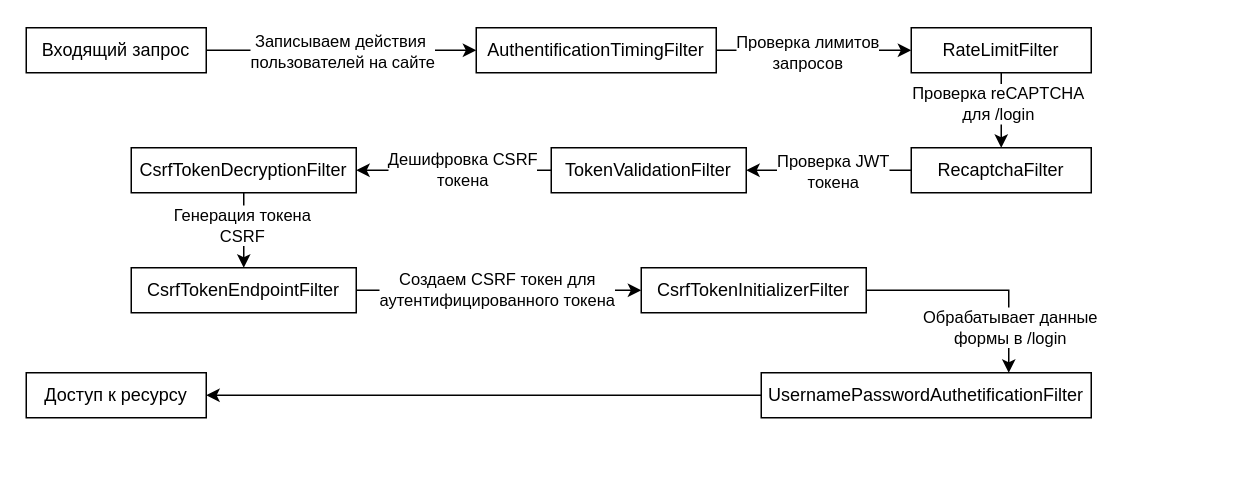
This is page "Фильтры" (3 of 12) of Схема компонентов.drawio from IlyaSannikow/e-catalog.ru, a draw.io file, before an edit. Source tidied: cells renumbered, new cells numbered last; positions are measured from the earlier drawing's top-left corner, leaving out a move shared by most shapes. Both pictures are drawn from the tidied source at 150%, with x=0, y=0 at pixel (26, 27).
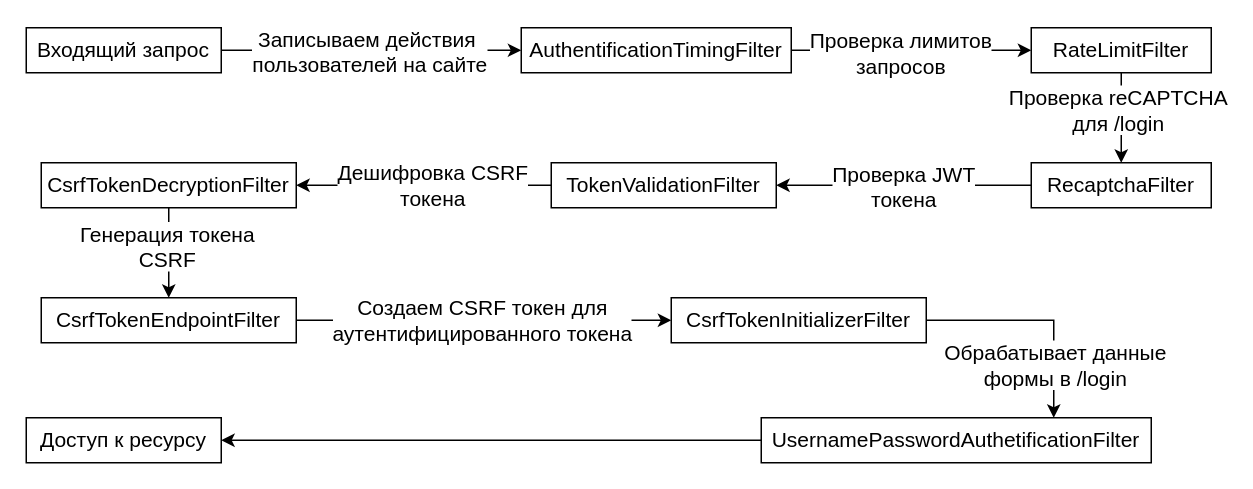
After the change.

The change refers to these unchanged cells:
```xml
<mxCell id="2" style="edgeStyle=orthogonalEdgeStyle;rounded=0;jettySize=auto;html=1;exitX=1;exitY=0.5;exitDx=0;exitDy=0;entryX=0;entryY=0.5;entryDx=0;entryDy=0;" parent="1" edge="1" source="4" target="7">
  <mxGeometry relative="1" as="geometry" />
</mxCell>
<mxCell id="5" style="edgeStyle=orthogonalEdgeStyle;rounded=0;jettySize=auto;html=1;exitX=1;exitY=0.5;exitDx=0;exitDy=0;entryX=0;entryY=0.5;entryDx=0;entryDy=0;" parent="1" edge="1" source="7" target="10">
  <mxGeometry relative="1" as="geometry" />
</mxCell>
<mxCell id="8" style="edgeStyle=orthogonalEdgeStyle;rounded=0;jettySize=auto;html=1;exitX=0.5;exitY=1;exitDx=0;exitDy=0;entryX=0.5;entryY=0;entryDx=0;entryDy=0;" parent="1" edge="1" source="10" target="13">
  <mxGeometry relative="1" as="geometry" />
</mxCell>
<mxCell id="11" style="edgeStyle=orthogonalEdgeStyle;rounded=0;jettySize=auto;html=1;exitX=0;exitY=0.5;exitDx=0;exitDy=0;entryX=1;entryY=0.5;entryDx=0;entryDy=0;" parent="1" edge="1" source="13" target="16">
  <mxGeometry relative="1" as="geometry" />
</mxCell>
<mxCell id="14" style="edgeStyle=orthogonalEdgeStyle;rounded=0;jettySize=auto;html=1;exitX=0;exitY=0.5;exitDx=0;exitDy=0;entryX=1;entryY=0.5;entryDx=0;entryDy=0;" parent="1" edge="1" source="16" target="19">
  <mxGeometry relative="1" as="geometry" />
</mxCell>
<mxCell id="17" style="edgeStyle=orthogonalEdgeStyle;rounded=0;jettySize=auto;html=1;exitX=0.5;exitY=1;exitDx=0;exitDy=0;entryX=0.5;entryY=0;entryDx=0;entryDy=0;" parent="1" edge="1" source="19" target="22">
  <mxGeometry relative="1" as="geometry" />
</mxCell>
<mxCell id="20" style="edgeStyle=orthogonalEdgeStyle;rounded=0;jettySize=auto;html=1;exitX=1;exitY=0.5;exitDx=0;exitDy=0;entryX=0;entryY=0.5;entryDx=0;entryDy=0;" parent="1" edge="1" source="22" target="25">
  <mxGeometry relative="1" as="geometry" />
</mxCell>
<mxCell id="23" style="edgeStyle=orthogonalEdgeStyle;rounded=0;jettySize=auto;html=1;exitX=1;exitY=0.5;exitDx=0;exitDy=0;entryX=0.75;entryY=0;entryDx=0;entryDy=0;" parent="1" edge="1" source="25" target="27">
  <mxGeometry relative="1" as="geometry" />
</mxCell>
```

Change to the diagram source:
```diff
@@
-    <mxCell id="3" value="Записываем действия&amp;nbsp;&lt;div&gt;пользователей на сайте&lt;/div&gt;" style="edgeLabel;html=1;align=center;verticalAlign=middle;" parent="2" vertex="1">
+    <mxCell id="3" value="&lt;font style=&quot;font-size: 14px;&quot;&gt;Записываем действия&amp;nbsp;&lt;/font&gt;&lt;div&gt;&lt;font style=&quot;font-size: 14px;&quot;&gt;пользователей на сайте&lt;/font&gt;&lt;/div&gt;" style="edgeLabel;html=1;align=center;verticalAlign=middle;" parent="2" vertex="1">
       <mxGeometry x="-0.19" y="-2" relative="1" as="geometry">
         <mxPoint x="17" y="-2" as="offset" />
       </mxGeometry>
     </mxCell>
-    <mxCell id="4" value="Входящий запрос" style="rounded=0;whiteSpace=wrap;html=1;" parent="1" vertex="1">
-      <mxGeometry width="120" height="30" as="geometry" />
+    <mxCell id="4" value="&lt;font style=&quot;font-size: 14px;&quot;&gt;Входящий запрос&lt;/font&gt;" style="rounded=0;whiteSpace=wrap;html=1;" parent="1" vertex="1">
+      <mxGeometry width="130" height="30" as="geometry" />
     </mxCell>
@@
-    <mxCell id="6" value="Проверка лимитов&lt;div&gt;запросов&lt;/div&gt;" style="edgeLabel;html=1;align=center;verticalAlign=middle;" parent="5" vertex="1">
+    <mxCell id="6" value="&lt;font style=&quot;font-size: 14px;&quot;&gt;Проверка лимитов&lt;/font&gt;&lt;div&gt;&lt;font style=&quot;font-size: 14px;&quot;&gt;запросов&lt;/font&gt;&lt;/div&gt;" style="edgeLabel;html=1;align=center;verticalAlign=middle;" parent="5" vertex="1">
       <mxGeometry x="-0.17" y="-1" relative="1" as="geometry">
         <mxPoint x="6" as="offset" />
       </mxGeometry>
     </mxCell>
-    <mxCell id="7" value="AuthentificationTimingFilter" style="rounded=0;whiteSpace=wrap;html=1;" parent="1" vertex="1">
-      <mxGeometry x="300" width="160" height="30" as="geometry" />
+    <mxCell id="7" value="&lt;font style=&quot;font-size: 14px;&quot;&gt;AuthentificationTimingFilter&lt;/font&gt;" style="rounded=0;whiteSpace=wrap;html=1;" parent="1" vertex="1">
+      <mxGeometry x="330" width="180" height="30" as="geometry" />
     </mxCell>
@@
-    <mxCell id="9" value="Проверка reCAPTCHA&lt;div&gt;для /login&lt;/div&gt;" style="edgeLabel;html=1;align=center;verticalAlign=middle;" parent="8" vertex="1">
+    <mxCell id="9" value="&lt;font style=&quot;font-size: 14px;&quot;&gt;Проверка reCAPTCHA&lt;/font&gt;&lt;div&gt;&lt;font style=&quot;font-size: 14px;&quot;&gt;для /login&lt;/font&gt;&lt;/div&gt;" style="edgeLabel;html=1;align=center;verticalAlign=middle;" parent="8" vertex="1">
       <mxGeometry x="-0.02" y="-3" relative="1" as="geometry">
         <mxPoint y="-5" as="offset" />
       </mxGeometry>
     </mxCell>
-    <mxCell id="10" value="RateLimitFilter" style="rounded=0;whiteSpace=wrap;html=1;" parent="1" vertex="1">
-      <mxGeometry x="590" width="120" height="30" as="geometry" />
+    <mxCell id="10" value="&lt;font style=&quot;font-size: 14px;&quot;&gt;RateLimitFilter&lt;/font&gt;" style="rounded=0;whiteSpace=wrap;html=1;" parent="1" vertex="1">
+      <mxGeometry x="670" width="120" height="30" as="geometry" />
     </mxCell>
@@
-    <mxCell id="12" value="Проверка JWT&lt;div&gt;токена&lt;/div&gt;" style="edgeLabel;html=1;align=center;verticalAlign=middle;" parent="11" vertex="1">
+    <mxCell id="12" value="&lt;font style=&quot;font-size: 14px;&quot;&gt;Проверка JWT&lt;/font&gt;&lt;div&gt;&lt;font style=&quot;font-size: 14px;&quot;&gt;токена&lt;/font&gt;&lt;/div&gt;" style="edgeLabel;html=1;align=center;verticalAlign=middle;" parent="11" vertex="1">
       <mxGeometry x="0.12" y="-3" relative="1" as="geometry">
         <mxPoint x="9" y="3" as="offset" />
       </mxGeometry>
     </mxCell>
-    <mxCell id="13" value="RecaptchaFilter" style="rounded=0;whiteSpace=wrap;html=1;" parent="1" vertex="1">
-      <mxGeometry x="590" y="80" width="120" height="30" as="geometry" />
+    <mxCell id="13" value="&lt;font style=&quot;font-size: 14px;&quot;&gt;RecaptchaFilter&lt;/font&gt;" style="rounded=0;whiteSpace=wrap;html=1;" parent="1" vertex="1">
+      <mxGeometry x="670" y="90" width="120" height="30" as="geometry" />
     </mxCell>
@@
-    <mxCell id="15" value="Дешифровка CSRF&lt;div&gt;токена&lt;/div&gt;" style="edgeLabel;html=1;align=center;verticalAlign=middle;" parent="14" vertex="1">
+    <mxCell id="15" value="&lt;font style=&quot;font-size: 14px;&quot;&gt;Дешифровка CSRF&lt;/font&gt;&lt;div&gt;&lt;font style=&quot;font-size: 14px;&quot;&gt;токена&lt;/font&gt;&lt;/div&gt;" style="edgeLabel;html=1;align=center;verticalAlign=middle;" parent="14" vertex="1">
       <mxGeometry x="-0.01" y="-1" relative="1" as="geometry">
         <mxPoint x="4" as="offset" />
       </mxGeometry>
     </mxCell>
-    <mxCell id="16" value="TokenValidationFilter" style="rounded=0;whiteSpace=wrap;html=1;" parent="1" vertex="1">
-      <mxGeometry x="350" y="80" width="130" height="30" as="geometry" />
+    <mxCell id="16" value="&lt;font style=&quot;font-size: 14px;&quot;&gt;TokenValidationFilter&lt;/font&gt;" style="rounded=0;whiteSpace=wrap;html=1;" parent="1" vertex="1">
+      <mxGeometry x="350" y="90" width="150" height="30" as="geometry" />
     </mxCell>
@@
-    <mxCell id="18" value="Генерация токена&lt;div&gt;CSRF&lt;/div&gt;" style="edgeLabel;html=1;align=center;verticalAlign=middle;" parent="17" vertex="1">
+    <mxCell id="18" value="&lt;font style=&quot;font-size: 14px;&quot;&gt;Генерация токена&lt;/font&gt;&lt;div&gt;&lt;font style=&quot;font-size: 14px;&quot;&gt;CSRF&lt;/font&gt;&lt;/div&gt;" style="edgeLabel;html=1;align=center;verticalAlign=middle;" parent="17" vertex="1">
       <mxGeometry x="-0.18" y="-2" relative="1" as="geometry" />
     </mxCell>
-    <mxCell id="19" value="CsrfTokenDecryptionFilter" style="rounded=0;whiteSpace=wrap;html=1;" parent="1" vertex="1">
-      <mxGeometry x="70" y="80" width="150" height="30" as="geometry" />
+    <mxCell id="19" value="&lt;font style=&quot;font-size: 14px;&quot;&gt;CsrfTokenDecryptionFilter&lt;/font&gt;" style="rounded=0;whiteSpace=wrap;html=1;" parent="1" vertex="1">
+      <mxGeometry x="10" y="90" width="170" height="30" as="geometry" />
     </mxCell>
@@
-    <mxCell id="21" value="Создаем CSRF токен для&lt;div&gt;аутентифицированного токена&lt;/div&gt;" style="edgeLabel;html=1;align=center;verticalAlign=middle;" parent="20" vertex="1">
+    <mxCell id="21" value="&lt;font style=&quot;font-size: 14px;&quot;&gt;Создаем CSRF токен для&lt;/font&gt;&lt;div&gt;&lt;font style=&quot;font-size: 14px;&quot;&gt;аутентифицированного токена&lt;/font&gt;&lt;/div&gt;" style="edgeLabel;html=1;align=center;verticalAlign=middle;" parent="20" vertex="1">
       <mxGeometry x="-0.02" y="1" relative="1" as="geometry" />
     </mxCell>
-    <mxCell id="22" value="CsrfTokenEndpointFilter" style="rounded=0;whiteSpace=wrap;html=1;" parent="1" vertex="1">
-      <mxGeometry x="70" y="160" width="150" height="30" as="geometry" />
+    <mxCell id="22" value="&lt;font style=&quot;font-size: 14px;&quot;&gt;CsrfTokenEndpointFilter&lt;/font&gt;" style="rounded=0;whiteSpace=wrap;html=1;" parent="1" vertex="1">
+      <mxGeometry x="10" y="180" width="170" height="30" as="geometry" />
     </mxCell>
@@
-    <mxCell id="24" value="Обрабатывает данные&lt;div&gt;формы в /login&lt;/div&gt;" style="edgeLabel;html=1;align=center;verticalAlign=middle;" parent="23" vertex="1">
-      <mxGeometry x="0.58" relative="1" as="geometry" />
+    <mxCell id="24" value="&lt;font style=&quot;font-size: 14px;&quot;&gt;Обрабатывает данные&lt;/font&gt;&lt;div&gt;&lt;font style=&quot;font-size: 14px;&quot;&gt;формы в /login&lt;/font&gt;&lt;/div&gt;" style="edgeLabel;html=1;align=center;verticalAlign=middle;" parent="23" vertex="1">
+      <mxGeometry x="0.58" relative="1" as="geometry">
+        <mxPoint y="-5" as="offset" />
+      </mxGeometry>
     </mxCell>
-    <mxCell id="25" value="CsrfTokenInitializerFilter" style="rounded=0;whiteSpace=wrap;html=1;" parent="1" vertex="1">
-      <mxGeometry x="410" y="160" width="150" height="30" as="geometry" />
+    <mxCell id="25" value="&lt;font style=&quot;font-size: 14px;&quot;&gt;CsrfTokenInitializerFilter&lt;/font&gt;" style="rounded=0;whiteSpace=wrap;html=1;" parent="1" vertex="1">
+      <mxGeometry x="430" y="180" width="170" height="30" as="geometry" />
     </mxCell>
@@
-    <mxCell id="27" value="UsernamePasswordAuthetificationFilter" style="rounded=0;whiteSpace=wrap;html=1;" parent="1" vertex="1">
-      <mxGeometry x="490" y="230" width="220" height="30" as="geometry" />
+    <mxCell id="27" value="&lt;font style=&quot;font-size: 14px;&quot;&gt;UsernamePasswordAuthetificationFilter&lt;/font&gt;" style="rounded=0;whiteSpace=wrap;html=1;" parent="1" vertex="1">
+      <mxGeometry x="490" y="260" width="260" height="30" as="geometry" />
     </mxCell>
-    <mxCell id="28" value="Доступ к ресурсу" style="rounded=0;whiteSpace=wrap;html=1;" parent="1" vertex="1">
-      <mxGeometry y="230" width="120" height="30" as="geometry" />
+    <mxCell id="28" value="&lt;font style=&quot;font-size: 14px;&quot;&gt;Доступ к ресурсу&lt;/font&gt;" style="rounded=0;whiteSpace=wrap;html=1;" parent="1" vertex="1">
+      <mxGeometry y="260" width="130" height="30" as="geometry" />
     </mxCell>
```
